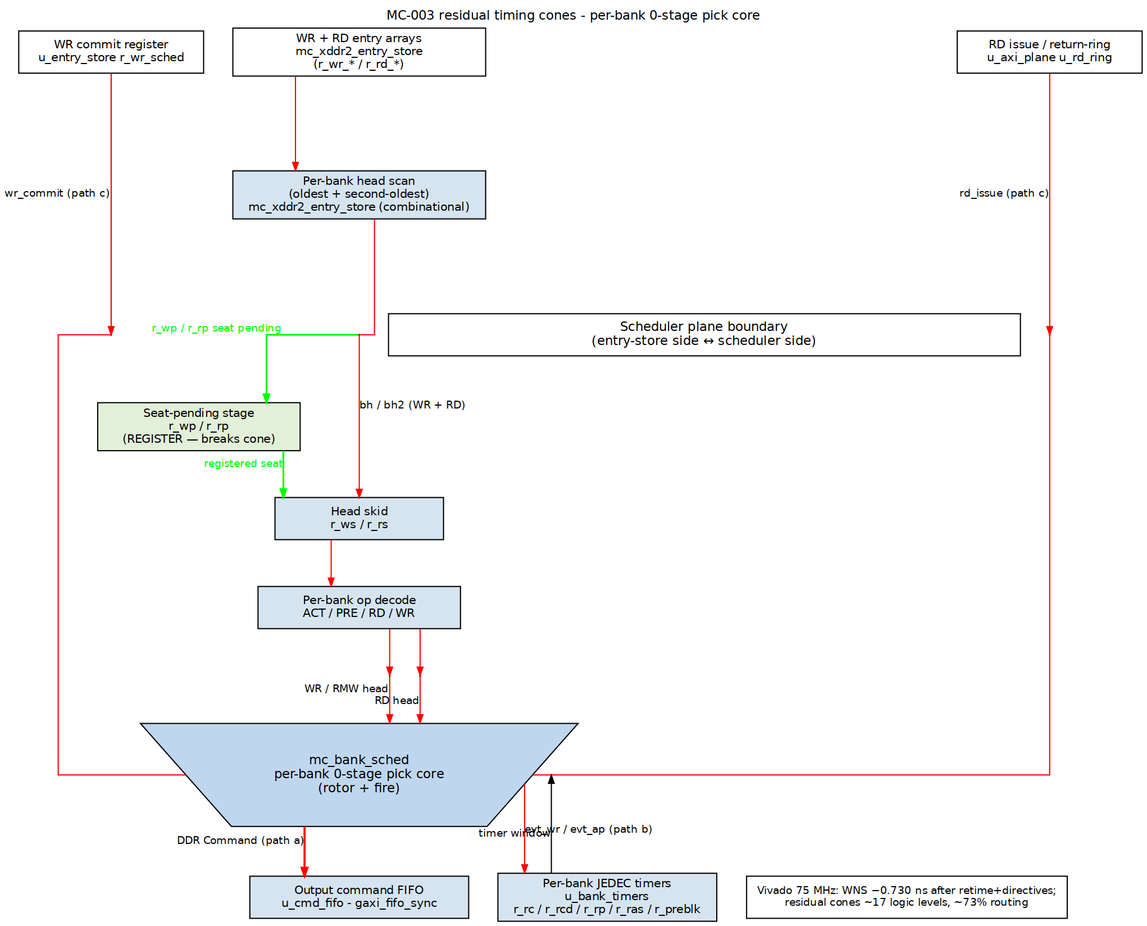
Earlier version of the Graphviz export vault/tracking/projects/components/mem-ctrl-ip/assets/mc003/mc003_timing_cones.png (sean-galloway/RTLDesignSherpa). Its source is kept beside it as vault/tracking/projects/components/mem-ctrl-ip/assets/mc003/mc003_timing_cones.dot.
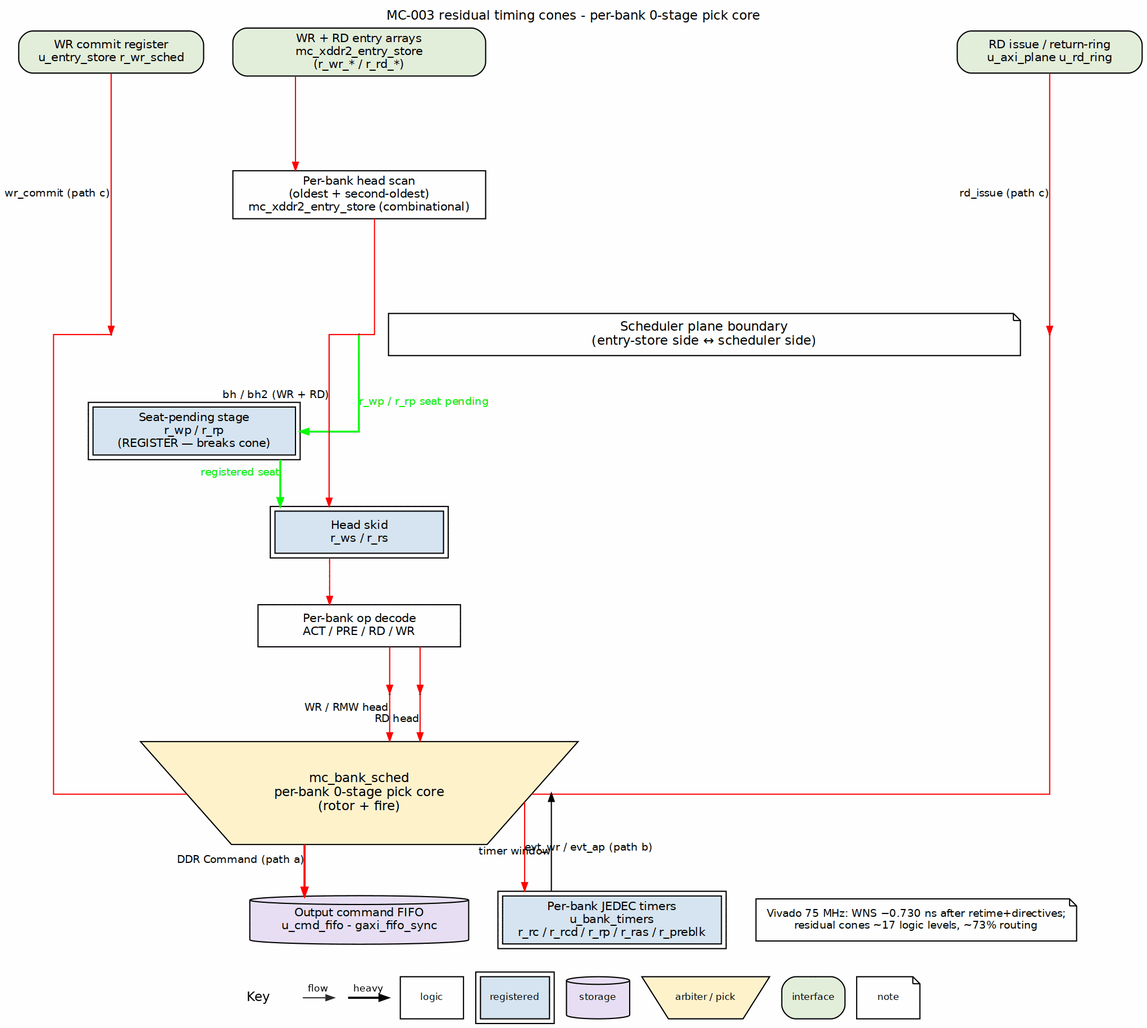
The same file after the commit.

The edit, as a diff of the source:
```diff
@@ -4,43 +4,43 @@
            label="MC-003 residual timing cones - per-bank 0-stage pick core",
            labelloc=t, labeljust=c];
     node  [fontname="Helvetica", fontsize=10, shape=box, style=filled,
-           fillcolor="#D6E4F0", color="black", margin="0.12,0.06"];
+           fillcolor="white", color="black", margin="0.12,0.06"];
     edge  [fontname="Helvetica", fontsize=9, color="black", arrowsize=0.7];
 
     entry_arrays [label="WR + RD entry arrays\nmc_xddr2_entry_store\n(r_wr_* / r_rd_*)",
-                  fillcolor="white", group=C, width=3.0];
+                  fillcolor="white", group=C, width=3.0, style="rounded,filled", fillcolor="#E2EFDA"];
     commit_reg [label="WR commit register\nu_entry_store r_wr_sched",
-                fillcolor="white", group=W, width=2.2];
+                fillcolor="white", group=W, width=2.2, style="rounded,filled", fillcolor="#E2EFDA"];
     axi_issue  [label="RD issue / return-ring\nu_axi_plane u_rd_ring",
-                fillcolor="white", group=R, width=2.2];
+                fillcolor="white", group=R, width=2.2, style="rounded,filled", fillcolor="#E2EFDA"];
 
     head_scan [label="Per-bank head scan\n(oldest + second-oldest)\nmc_xddr2_entry_store (combinational)",
-               group=C, width=3.0];
+               group=C, width=3.0, style="filled", fillcolor="white"];
 
     plane_bar [label="Scheduler plane boundary\n(entry-store side ↔ scheduler side)",
-               fillcolor="white", width=7.5, fontsize=11, group=C];
+               fillcolor="white", width=7.5, fontsize=11, group=C, shape=note];
 
     p_head [shape=point, width=0.01, group=C];
     p_wr   [shape=point, width=0.01, group=W];
     p_rd   [shape=point, width=0.01, group=R];
 
     pending [label="Seat-pending stage\nr_wp / r_rp\n(REGISTER — breaks cone)",
-             fillcolor="#E2F0D9", group=C, width=2.4];
-    skid [label="Head skid\nr_ws / r_rs", group=C, width=2.0];
-    op_decode [label="Per-bank op decode\nACT / PRE / RD / WR", group=C, width=2.4];
+             fillcolor="#E2F0D9", group=C, width=2.4, peripheries=2, style="filled", fillcolor="#D6E4F0"];
+    skid [label="Head skid\nr_ws / r_rs", group=C, width=2.0, peripheries=2, style="filled", fillcolor="#D6E4F0"];
+    op_decode [label="Per-bank op decode\nACT / PRE / RD / WR", group=C, width=2.4, style="filled", fillcolor="white"];
 
     pick_core [label="mc_bank_sched\nper-bank 0-stage pick core\n(rotor + fire)",
-               shape=invtrapezium, width=5.2, fillcolor="#BFD7EE", fontsize=11, group=C];
+               shape=invtrapezium, width=5.2, fillcolor="#BFD7EE", fontsize=11, group=C, style="filled", fillcolor="#FFF2CC"];
 
-    cmd_fifo [label="Output command FIFO\nu_cmd_fifo - gaxi_fifo_sync", group=C, width=2.6];
+    cmd_fifo [label="Output command FIFO\nu_cmd_fifo - gaxi_fifo_sync", group=C, width=2.6, shape=cylinder, style="filled", fillcolor="#E8DFF5"];
     bank_timers [label="Per-bank JEDEC timers\nu_bank_timers\nr_rc / r_rcd / r_rp / r_ras / r_preblk",
-                 group=C, width=2.6];
+                 group=C, width=2.6, peripheries=2, style="filled", fillcolor="#D6E4F0"];
 
     p_wr_in [shape=point, width=0.01, group=W];
     p_rd_in [shape=point, width=0.01, group=R];
 
     note [label="Vivado 75 MHz: WNS −0.730 ns after retime+directives;\nresidual cones ~17 logic levels, ~73% routing",
-          fillcolor="white", fontsize=9, group=C];
+          fillcolor="white", fontsize=9, group=C, shape=note];
 
     entry_arrays -> head_scan [color="red"];
 
```
